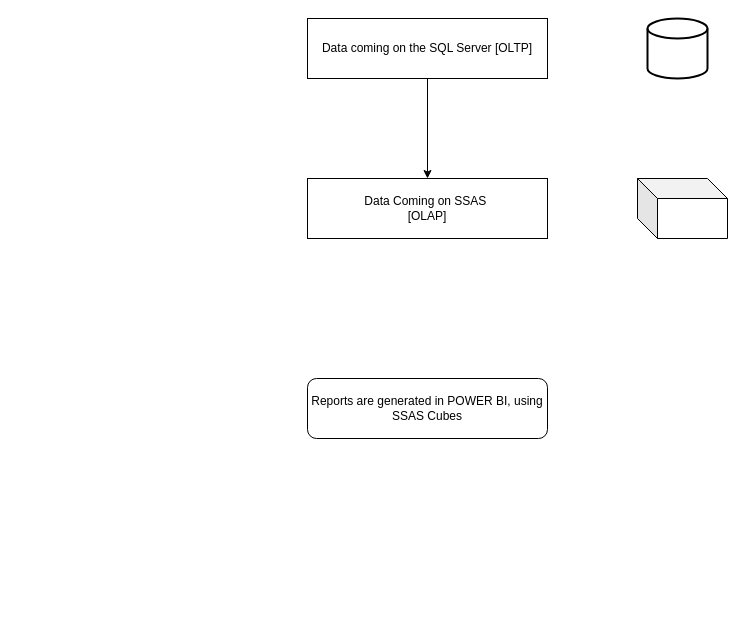
This is page "Cubes to Power BI" (4 of 5) of Untitled Diagram.drawio from kmldpsng/PowerBI, a draw.io file, before an edit. Source tidied: cells renumbered, new cells numbered last; positions are measured from the earlier drawing's top-left corner, leaving out a move shared by most shapes. Both pictures are drawn from the tidied source at 100%, with x=0, y=0 at pixel (307, 18).
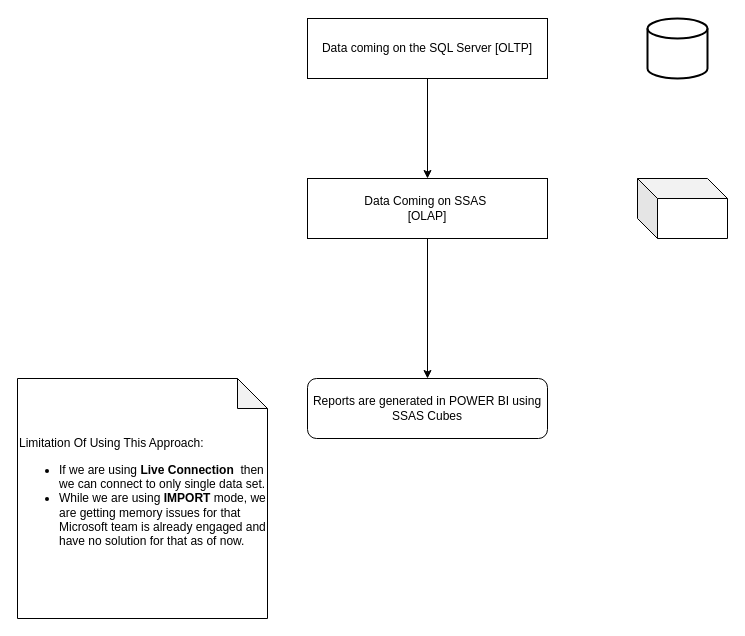
The same page after the edit.

The edit, as a diff of the source:
```diff
@@
 <mxGraphModel>
   <root>
     <mxCell id="0" />
     <mxCell id="1" parent="0" />
     <mxCell id="2" style="edgeStyle=orthogonalEdgeStyle;rounded=0;jettySize=auto;html=1;" parent="1" edge="1" source="3" target="4">
       <mxGeometry relative="1" as="geometry" />
     </mxCell>
     <mxCell id="3" value="Data coming on the SQL Server [OLTP]" style="rounded=0;whiteSpace=wrap;html=1;" parent="1" vertex="1">
       <mxGeometry width="240" height="60" as="geometry" />
     </mxCell>
+    <mxCell id="8" style="edgeStyle=orthogonalEdgeStyle;rounded=0;jettySize=auto;html=1;fontColor=default;" parent="1" edge="1" source="4" target="7">
+      <mxGeometry relative="1" as="geometry" />
+    </mxCell>
     <mxCell id="4" value="Data Coming on SSAS&amp;nbsp;&lt;br&gt;[OLAP]" style="rounded=0;whiteSpace=wrap;html=1;" parent="1" vertex="1">
       <mxGeometry y="160" width="240" height="60" as="geometry" />
     </mxCell>
     <mxCell id="5" style="strokeWidth=2;html=1;shape=mxgraph.flowchart.database;whiteSpace=wrap;" parent="1" vertex="1">
       <mxGeometry x="340" width="60" height="60" as="geometry" />
     </mxCell>
     <mxCell id="6" style="shape=cube;whiteSpace=wrap;html=1;boundedLbl=1;backgroundOutline=1;darkOpacity=0.05;darkOpacity2=0.1;" parent="1" vertex="1">
       <mxGeometry x="330" y="160" width="90" height="60" as="geometry" />
     </mxCell>
-    <mxCell id="7" value="Reports are generated in POWER BI, using SSAS Cubes" style="rounded=1;whiteSpace=wrap;html=1;" parent="1" vertex="1">
+    <mxCell id="7" value="Reports are generated in POWER BI using SSAS Cubes" style="rounded=1;whiteSpace=wrap;html=1;" parent="1" vertex="1">
       <mxGeometry y="360" width="240" height="60" as="geometry" />
     </mxCell>
+    <mxCell id="9" value="Limitation Of Using This Approach:&amp;nbsp;&lt;br&gt;&lt;ul&gt;&lt;li&gt;If we are using &lt;b&gt;Live Connection&lt;/b&gt;&amp;nbsp; then we can connect to only single data set.&lt;/li&gt;&lt;li&gt;While we are using &lt;b&gt;IMPORT &lt;/b&gt;mode, we are getting memory issues for that Microsoft team is already engaged and have no solution for that as of now.&lt;/li&gt;&lt;/ul&gt;" style="shape=note;whiteSpace=wrap;html=1;backgroundOutline=1;darkOpacity=0.05;labelBackgroundColor=default;fontColor=default;align=left;" parent="1" vertex="1">
+      <mxGeometry x="-290" y="360" width="250" height="240" as="geometry" />
+    </mxCell>
   </root>
 </mxGraphModel>
```
